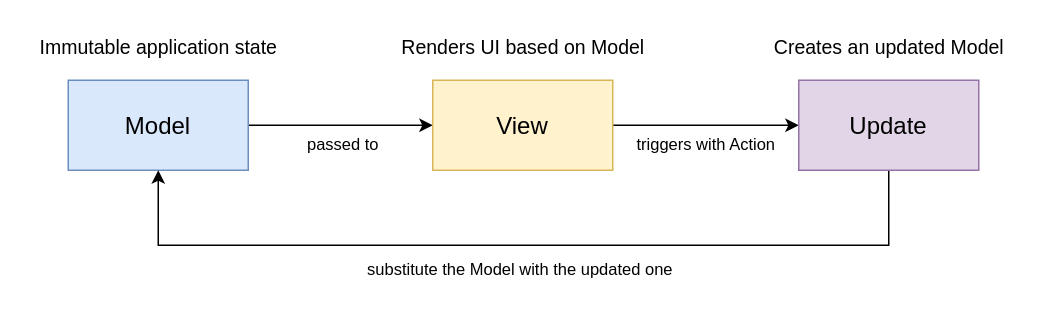
Above: doc/diagrams/mvu.drawio in Mala1180/PPS-22-satify (draw.io), before the change. Source tidied: cells renumbered, new cells numbered last; positions are measured from the earlier drawing's top-left corner, leaving out a move shared by most shapes. Both pictures are drawn from the tidied source at 150%, with x=0, y=0 at pixel (24, 26).
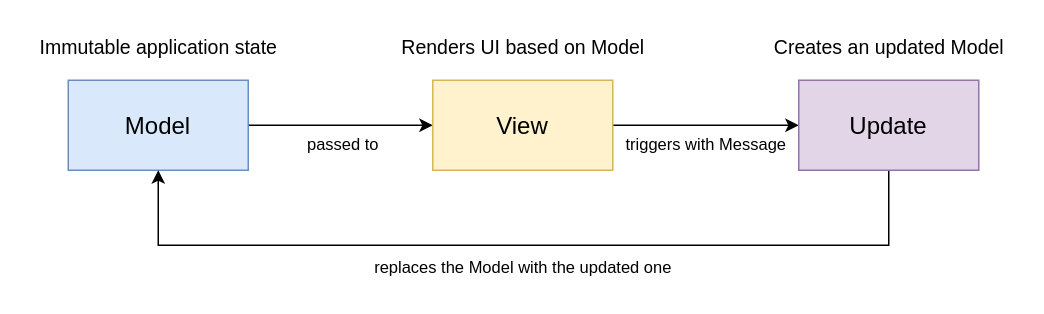
After the change.

What changed in the source:
```diff
@@
 <mxGraphModel background="#FFFFFF">
   <root>
     <mxCell id="0" />
     <mxCell id="1" parent="0" />
     <mxCell id="2" style="edgeStyle=orthogonalEdgeStyle;rounded=0;jettySize=auto;html=1;" parent="1" edge="1" source="3" target="5">
       <mxGeometry relative="1" as="geometry" />
     </mxCell>
     <mxCell id="3" value="&lt;font style=&quot;font-size: 16px;&quot;&gt;Model&lt;/font&gt;" style="rounded=0;whiteSpace=wrap;html=1;fillColor=#dae8fc;strokeColor=#6c8ebf;fontSize=16;" parent="1" vertex="1">
       <mxGeometry x="29" y="36" width="120" height="60" as="geometry" />
     </mxCell>
     <mxCell id="4" style="edgeStyle=orthogonalEdgeStyle;rounded=0;jettySize=auto;html=1;endSize=6;" parent="1" edge="1" source="5" target="7">
       <mxGeometry relative="1" as="geometry" />
     </mxCell>
     <mxCell id="5" value="&lt;font style=&quot;font-size: 16px;&quot;&gt;View&lt;/font&gt;" style="rounded=0;whiteSpace=wrap;html=1;fillColor=#fff2cc;strokeColor=#d6b656;fontSize=16;" parent="1" vertex="1">
       <mxGeometry x="272" y="36" width="120" height="60" as="geometry" />
     </mxCell>
     <mxCell id="6" style="edgeStyle=orthogonalEdgeStyle;rounded=0;jettySize=auto;html=1;entryX=0.5;entryY=1;entryDx=0;entryDy=0;exitX=0.5;exitY=1;exitDx=0;exitDy=0;" parent="1" edge="1" source="7" target="3">
       <mxGeometry relative="1" as="geometry">
         <Array as="points">
           <mxPoint x="559" y="146" />
           <mxPoint x="101" y="146" />
         </Array>
       </mxGeometry>
     </mxCell>
     <mxCell id="7" value="&lt;font style=&quot;font-size: 16px;&quot;&gt;Update&lt;/font&gt;" style="rounded=0;whiteSpace=wrap;html=1;fillColor=#e1d5e7;strokeColor=#9673a6;fontSize=16;" parent="1" vertex="1">
       <mxGeometry x="516" y="36" width="120" height="60" as="geometry" />
     </mxCell>
     <mxCell id="8" value="Immutable application state" style="text;html=1;align=center;verticalAlign=middle;strokeColor=none;fillColor=none;fontSize=13;" parent="1" vertex="1">
       <mxGeometry x="0.5" width="177" height="28" as="geometry" />
     </mxCell>
     <mxCell id="9" value="Renders UI based on Model" style="text;html=1;align=center;verticalAlign=middle;strokeColor=none;fillColor=none;fontSize=13;" parent="1" vertex="1">
       <mxGeometry x="241.5" width="181" height="28" as="geometry" />
     </mxCell>
     <mxCell id="10" value="&lt;font style=&quot;font-size: 11px;&quot;&gt;passed to&lt;/font&gt;" style="text;html=1;align=center;verticalAlign=middle;strokeColor=none;fillColor=none;" parent="1" vertex="1">
       <mxGeometry x="178.5" y="66" width="67" height="26" as="geometry" />
     </mxCell>
-    <mxCell id="11" value="&lt;font style=&quot;font-size: 11px;&quot;&gt;triggers with Action&lt;/font&gt;" style="text;html=1;align=center;verticalAlign=middle;strokeColor=none;fillColor=none;" parent="1" vertex="1">
-      <mxGeometry x="397" y="66" width="114" height="26" as="geometry" />
+    <mxCell id="11" value="&lt;font style=&quot;font-size: 11px;&quot;&gt;triggers with Message&lt;br&gt;&lt;/font&gt;" style="text;html=1;align=center;verticalAlign=middle;strokeColor=none;fillColor=none;" parent="1" vertex="1">
+      <mxGeometry x="390" y="66" width="128" height="26" as="geometry" />
     </mxCell>
     <mxCell id="12" value="Creates an updated Model" style="text;html=1;align=center;verticalAlign=middle;strokeColor=none;fillColor=none;fontSize=13;" parent="1" vertex="1">
       <mxGeometry x="490" width="172" height="28" as="geometry" />
     </mxCell>
-    <mxCell id="13" value="&lt;span style=&quot;font-size: 11px;&quot;&gt;substitute the Model with the updated&amp;nbsp;one&lt;/span&gt;" style="text;html=1;align=center;verticalAlign=middle;strokeColor=none;fillColor=none;" parent="1" vertex="1">
-      <mxGeometry x="216" y="149" width="228" height="26" as="geometry" />
+    <mxCell id="13" value="&lt;span style=&quot;font-size: 11px;&quot;&gt;replaces the Model with the updated&amp;nbsp;one&lt;/span&gt;" style="text;html=1;align=center;verticalAlign=middle;strokeColor=none;fillColor=none;" parent="1" vertex="1">
+      <mxGeometry x="221.5" y="148" width="221" height="26" as="geometry" />
     </mxCell>
   </root>
 </mxGraphModel>
```
